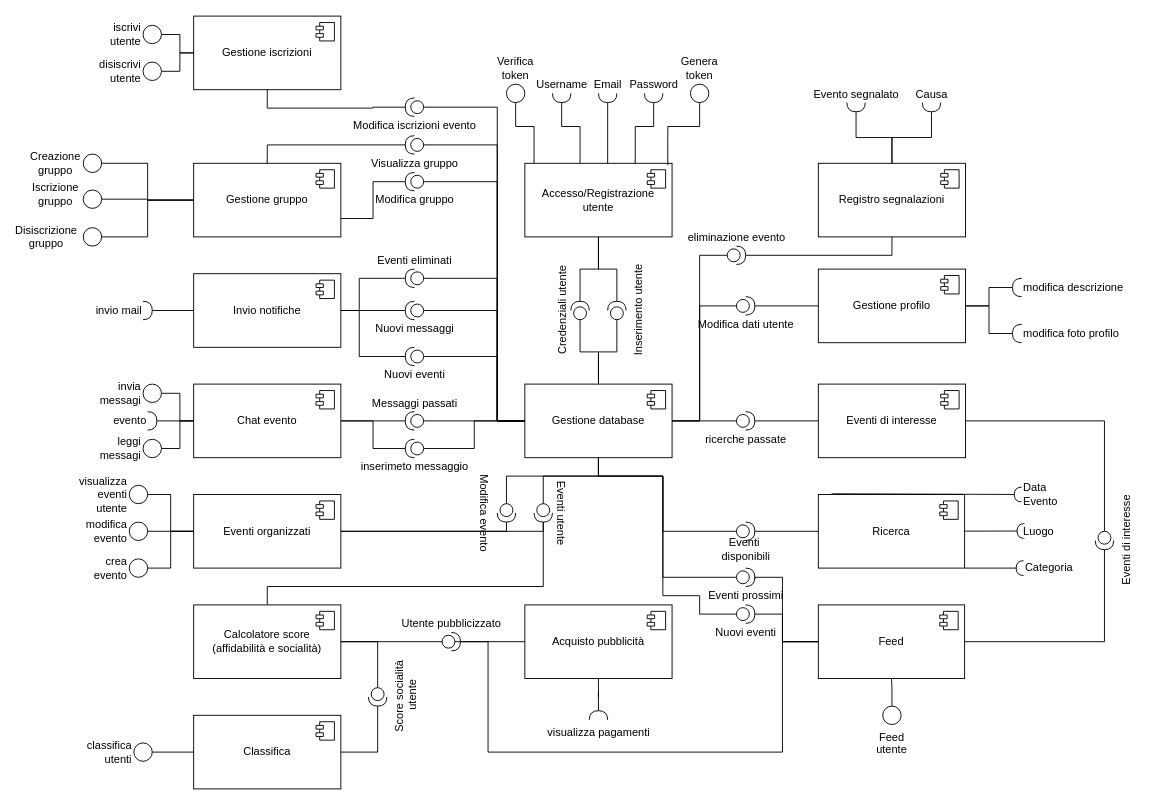
Above: docs/component_diagram.drawio in SamueleFacenda/activitn (draw.io), before the change. Source tidied: cells renumbered, new cells numbered last; positions are measured from the earlier drawing's top-left corner, leaving out a move shared by most shapes. Both pictures are drawn from the tidied source at 92%, with x=0, y=0 at pixel (18, 16).
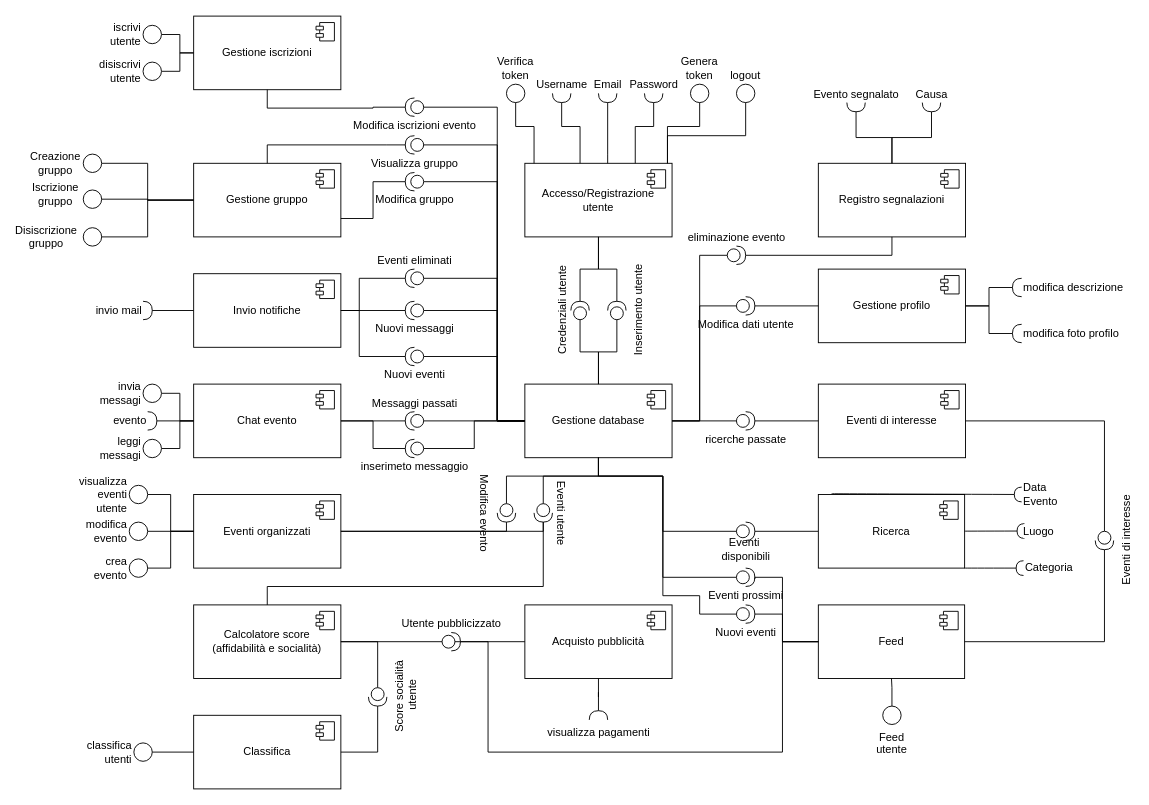
The same diagram, later.

Commit message:
docs: add logout to component diagram

Unchanged cells that the change refers to:
```xml
<mxCell id="2" value="Accesso/Registrazione&lt;div&gt;utente&lt;/div&gt;" style="html=1;whiteSpace=wrap;" parent="1" vertex="1">
  <mxGeometry x="550" y="160" width="160" height="80" as="geometry" />
</mxCell>
<mxCell id="120" value="Genera token" style="ellipse;whiteSpace=wrap;html=1;labelPosition=center;verticalLabelPosition=top;align=center;verticalAlign=bottom;" parent="1" vertex="1">
  <mxGeometry x="730" y="74" width="20" height="20" as="geometry" />
</mxCell>
```

Diff of the diagram source:
```diff
@@
-    <mxCell id="121" style="edgeStyle=orthogonalEdgeStyle;rounded=0;jettySize=auto;html=1;entryX=0.971;entryY=0.025;entryDx=0;entryDy=0;entryPerimeter=0;endArrow=none;endFill=0;" parent="1" edge="1" source="120" target="2">
+    <mxCell id="121" style="edgeStyle=orthogonalEdgeStyle;rounded=0;jettySize=auto;html=1;endArrow=none;endFill=0;" parent="1" edge="1" source="120" target="2">
       <mxGeometry relative="1" as="geometry">
         <Array as="points">
           <mxPoint x="740" y="120" />
           <mxPoint x="705" y="120" />
         </Array>
       </mxGeometry>
     </mxCell>
@@
+    <mxCell id="153" value="logout" style="ellipse;whiteSpace=wrap;html=1;labelPosition=center;verticalLabelPosition=top;align=center;verticalAlign=bottom;" parent="1" vertex="1">
+      <mxGeometry x="780" y="74" width="20" height="20" as="geometry" />
+    </mxCell>
+    <mxCell id="154" style="edgeStyle=orthogonalEdgeStyle;rounded=0;jettySize=auto;html=1;endArrow=none;endFill=0;" parent="1" edge="1" source="153">
+      <mxGeometry relative="1" as="geometry">
+        <mxPoint x="705" y="160" as="targetPoint" />
+        <Array as="points">
+          <mxPoint x="790" y="130" />
+          <mxPoint x="705" y="130" />
+        </Array>
+      </mxGeometry>
+    </mxCell>
```
